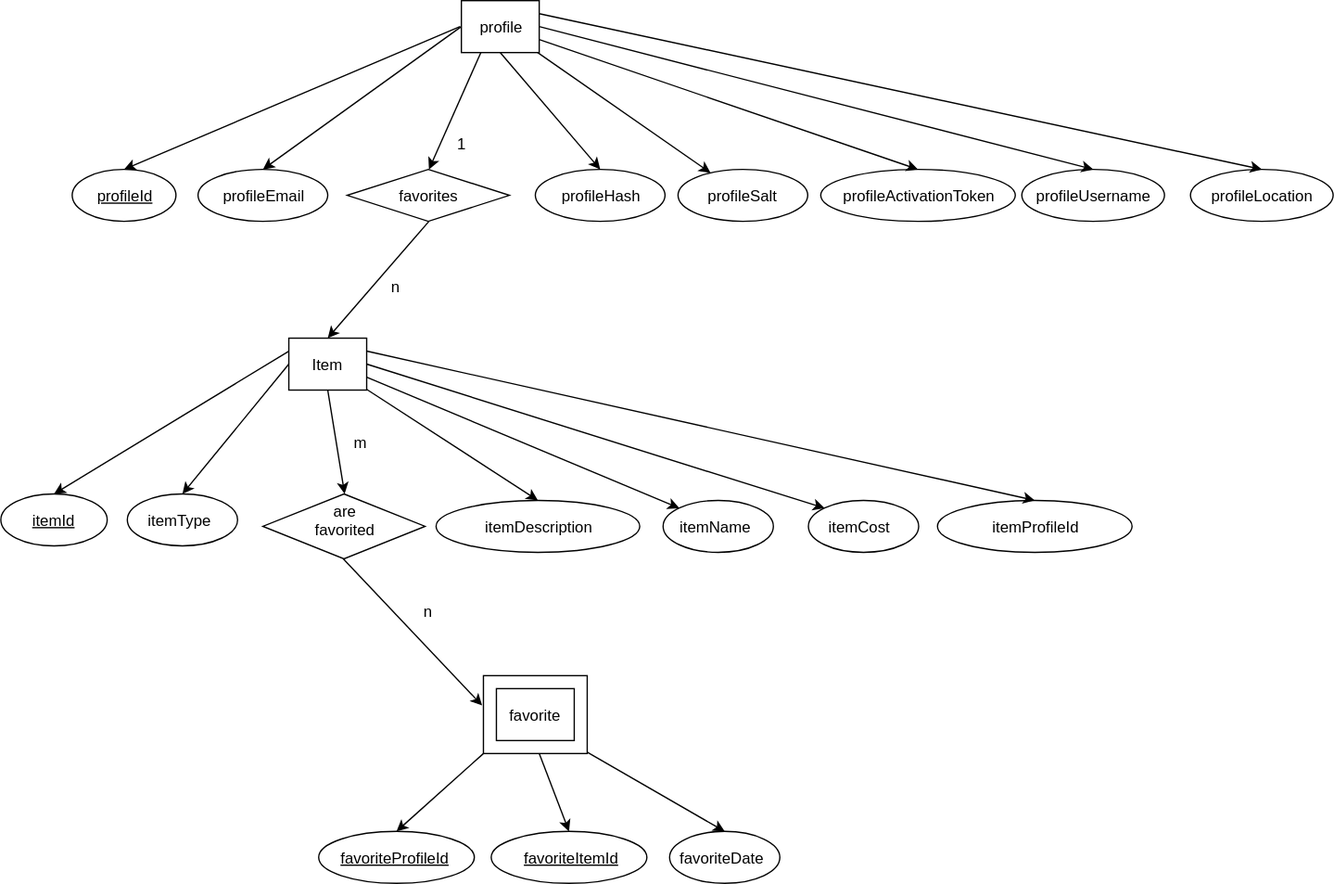
Before: epic/images/erd.svg, a diagram exported from draw.io (shihlinlu/data-design). Source tidied: cells renumbered, new cells last; positions are measured from the earlier drawing's top-left corner, leaving out a move shared by most shapes. Its diagram source:
```xml
<mxGraphModel background="#ffffff">
  <root>
    <mxCell id="0" />
    <mxCell id="1" parent="0" />
    <mxCell id="2" style="whiteSpace=wrap;html=1;" parent="1" vertex="1">
      <mxGeometry x="372" y="520" width="80" height="60" as="geometry" />
    </mxCell>
    <mxCell id="3" style="whiteSpace=wrap;html=1;" parent="1" vertex="1">
      <mxGeometry x="355" width="60" height="40" as="geometry" />
    </mxCell>
    <mxCell id="4" value="profile" style="text;html=1;strokeColor=none;fillColor=none;align=center;verticalAlign=middle;whiteSpace=wrap;" parent="1" vertex="1">
      <mxGeometry x="365" y="10" width="40" height="20" as="geometry" />
    </mxCell>
    <mxCell id="5" style="ellipse;whiteSpace=wrap;html=1;" parent="1" vertex="1">
      <mxGeometry x="55" y="130" width="80" height="40" as="geometry" />
    </mxCell>
    <mxCell id="6" value="profileId" style="text;html=1;strokeColor=none;fillColor=none;align=center;verticalAlign=middle;whiteSpace=wrap;fontStyle=4;" parent="1" vertex="1">
      <mxGeometry x="75" y="140" width="40" height="20" as="geometry" />
    </mxCell>
    <mxCell id="7" style="ellipse;whiteSpace=wrap;html=1;" parent="1" vertex="1">
      <mxGeometry x="152" y="130" width="100" height="40" as="geometry" />
    </mxCell>
    <mxCell id="8" value="profileEmail" style="text;html=1;strokeColor=none;fillColor=none;align=center;verticalAlign=middle;whiteSpace=wrap;" parent="1" vertex="1">
      <mxGeometry x="182" y="140" width="40" height="20" as="geometry" />
    </mxCell>
    <mxCell id="9" style="ellipse;whiteSpace=wrap;html=1;" parent="1" vertex="1">
      <mxGeometry x="412" y="130" width="100" height="40" as="geometry" />
    </mxCell>
    <mxCell id="10" value="profileHash" style="text;html=1;strokeColor=none;fillColor=none;align=center;verticalAlign=middle;whiteSpace=wrap;" parent="1" vertex="1">
      <mxGeometry x="442" y="140" width="40" height="20" as="geometry" />
    </mxCell>
    <mxCell id="11" style="ellipse;whiteSpace=wrap;html=1;" parent="1" vertex="1">
      <mxGeometry x="522" y="130" width="100" height="40" as="geometry" />
    </mxCell>
    <mxCell id="12" value="profileSalt" style="text;html=1;strokeColor=none;fillColor=none;align=center;verticalAlign=middle;whiteSpace=wrap;" parent="1" vertex="1">
      <mxGeometry x="552" y="140" width="40" height="20" as="geometry" />
    </mxCell>
    <mxCell id="13" style="ellipse;whiteSpace=wrap;html=1;" parent="1" vertex="1">
      <mxGeometry x="632" y="130" width="150" height="40" as="geometry" />
    </mxCell>
    <mxCell id="14" value="profileActivationToken" style="text;html=1;strokeColor=none;fillColor=none;align=center;verticalAlign=middle;whiteSpace=wrap;" parent="1" vertex="1">
      <mxGeometry x="692" y="140" width="30" height="20" as="geometry" />
    </mxCell>
    <mxCell id="15" style="rhombus;whiteSpace=wrap;html=1;" parent="1" vertex="1">
      <mxGeometry x="267" y="130" width="125" height="40" as="geometry" />
    </mxCell>
    <mxCell id="16" value="favorites" style="text;html=1;strokeColor=none;fillColor=none;align=center;verticalAlign=middle;whiteSpace=wrap;" parent="1" vertex="1">
      <mxGeometry x="310" y="140" width="40" height="20" as="geometry" />
    </mxCell>
    <mxCell id="17" style="edgeStyle=orthogonalEdgeStyle;rounded=0;html=1;exitX=0.75;exitY=1;entryX=0.75;entryY=1;jettySize=auto;orthogonalLoop=1;" parent="1" edge="1" source="16" target="16">
      <mxGeometry relative="1" as="geometry" />
    </mxCell>
    <mxCell id="18" style="ellipse;whiteSpace=wrap;html=1;" parent="1" vertex="1">
      <mxGeometry x="787" y="130" width="110" height="40" as="geometry" />
    </mxCell>
    <mxCell id="19" value="profileUsername" style="text;html=1;strokeColor=none;fillColor=none;align=center;verticalAlign=middle;whiteSpace=wrap;" parent="1" vertex="1">
      <mxGeometry x="827" y="140" width="30" height="20" as="geometry" />
    </mxCell>
    <mxCell id="20" style="endArrow=classic;html=1;entryX=0.5;entryY=0;" parent="1" edge="1" target="21">
      <mxGeometry relative="1" as="geometry">
        <mxPoint x="330" y="170" as="sourcePoint" />
      </mxGeometry>
    </mxCell>
    <mxCell id="21" style="whiteSpace=wrap;html=1;" parent="1" vertex="1">
      <mxGeometry x="222" y="260" width="60" height="40" as="geometry" />
    </mxCell>
    <mxCell id="22" value="Item" style="text;html=1;strokeColor=none;fillColor=none;align=center;verticalAlign=middle;whiteSpace=wrap;" parent="1" vertex="1">
      <mxGeometry x="232" y="270" width="40" height="20" as="geometry" />
    </mxCell>
    <mxCell id="23" style="whiteSpace=wrap;html=1;" parent="1" vertex="1">
      <mxGeometry x="382" y="530" width="60" height="40" as="geometry" />
    </mxCell>
    <mxCell id="24" value="favorite" style="text;html=1;strokeColor=none;fillColor=none;align=center;verticalAlign=middle;whiteSpace=wrap;" parent="1" vertex="1">
      <mxGeometry x="392" y="540" width="40" height="20" as="geometry" />
    </mxCell>
    <mxCell id="25" style="ellipse;whiteSpace=wrap;html=1;" parent="1" vertex="1">
      <mxGeometry x="917" y="130" width="110" height="40" as="geometry" />
    </mxCell>
    <mxCell id="26" value="profileLocation" style="text;html=1;strokeColor=none;fillColor=none;align=center;verticalAlign=middle;whiteSpace=wrap;" parent="1" vertex="1">
      <mxGeometry x="957" y="140" width="30" height="20" as="geometry" />
    </mxCell>
    <mxCell id="27" style="edgeStyle=orthogonalEdgeStyle;rounded=0;html=1;exitX=0.75;exitY=0;entryX=0.75;entryY=0;jettySize=auto;orthogonalLoop=1;" parent="1" edge="1" source="22" target="22">
      <mxGeometry relative="1" as="geometry" />
    </mxCell>
    <mxCell id="28" style="ellipse;whiteSpace=wrap;html=1;" parent="1" vertex="1">
      <mxGeometry y="380" width="82" height="40" as="geometry" />
    </mxCell>
    <mxCell id="29" value="itemId" style="text;html=1;strokeColor=none;fillColor=none;align=center;verticalAlign=middle;whiteSpace=wrap;fontStyle=4;" parent="1" vertex="1">
      <mxGeometry x="25" y="390" width="30" height="20" as="geometry" />
    </mxCell>
    <mxCell id="30" style="ellipse;whiteSpace=wrap;html=1;" parent="1" vertex="1">
      <mxGeometry x="97" y="380" width="85" height="40" as="geometry" />
    </mxCell>
    <mxCell id="31" value="itemType" style="text;html=1;strokeColor=none;fillColor=none;align=center;verticalAlign=middle;whiteSpace=wrap;" parent="1" vertex="1">
      <mxGeometry x="122" y="390" width="30" height="20" as="geometry" />
    </mxCell>
    <mxCell id="32" style="rhombus;whiteSpace=wrap;html=1;" parent="1" vertex="1">
      <mxGeometry x="202" y="380" width="125" height="50" as="geometry" />
    </mxCell>
    <mxCell id="33" value="are favorited" style="text;html=1;strokeColor=none;fillColor=none;align=center;verticalAlign=middle;whiteSpace=wrap;" parent="1" vertex="1">
      <mxGeometry x="245" y="390" width="40" height="20" as="geometry" />
    </mxCell>
    <mxCell id="34" style="ellipse;whiteSpace=wrap;html=1;" parent="1" vertex="1">
      <mxGeometry x="335" y="385" width="157" height="40" as="geometry" />
    </mxCell>
    <mxCell id="35" value="itemDescription" style="text;html=1;strokeColor=none;fillColor=none;align=center;verticalAlign=middle;whiteSpace=wrap;" parent="1" vertex="1">
      <mxGeometry x="399" y="395" width="30" height="20" as="geometry" />
    </mxCell>
    <mxCell id="36" style="ellipse;whiteSpace=wrap;html=1;" parent="1" vertex="1">
      <mxGeometry x="510" y="385" width="85" height="40" as="geometry" />
    </mxCell>
    <mxCell id="37" value="itemName" style="text;html=1;strokeColor=none;fillColor=none;align=center;verticalAlign=middle;whiteSpace=wrap;" parent="1" vertex="1">
      <mxGeometry x="535" y="395" width="30" height="20" as="geometry" />
    </mxCell>
    <mxCell id="38" style="ellipse;whiteSpace=wrap;html=1;" parent="1" vertex="1">
      <mxGeometry x="622" y="385" width="85" height="40" as="geometry" />
    </mxCell>
    <mxCell id="39" value="itemCost" style="text;html=1;strokeColor=none;fillColor=none;align=center;verticalAlign=middle;whiteSpace=wrap;" parent="1" vertex="1">
      <mxGeometry x="647" y="395" width="30" height="20" as="geometry" />
    </mxCell>
    <mxCell id="40" style="endArrow=classic;html=1;entryX=0.5;entryY=0;exitX=0.25;exitY=1;" parent="1" edge="1" source="3" target="15">
      <mxGeometry relative="1" as="geometry" />
    </mxCell>
    <mxCell id="41" style="endArrow=classic;html=1;entryX=0.5;entryY=0;exitX=0.5;exitY=1;" parent="1" edge="1" source="3" target="9">
      <mxGeometry relative="1" as="geometry" />
    </mxCell>
    <mxCell id="42" style="endArrow=classic;html=1;" parent="1" edge="1" source="3" target="11">
      <mxGeometry relative="1" as="geometry" />
    </mxCell>
    <mxCell id="43" style="endArrow=classic;html=1;entryX=0.5;entryY=0;exitX=1;exitY=0.75;" parent="1" edge="1" source="3" target="13">
      <mxGeometry relative="1" as="geometry" />
    </mxCell>
    <mxCell id="44" style="endArrow=classic;html=1;entryX=0.5;entryY=0;exitX=1;exitY=0.5;" parent="1" edge="1" source="3" target="18">
      <mxGeometry relative="1" as="geometry" />
    </mxCell>
    <mxCell id="45" style="endArrow=classic;html=1;entryX=0.5;entryY=0;exitX=1;exitY=0.25;" parent="1" edge="1" source="3" target="25">
      <mxGeometry relative="1" as="geometry" />
    </mxCell>
    <mxCell id="46" style="endArrow=classic;html=1;exitX=0;exitY=0.5;entryX=0.5;entryY=0;" parent="1" edge="1" source="3" target="7">
      <mxGeometry relative="1" as="geometry" />
    </mxCell>
    <mxCell id="47" style="endArrow=classic;html=1;entryX=0.5;entryY=0;" parent="1" edge="1" target="5">
      <mxGeometry relative="1" as="geometry">
        <mxPoint x="354" y="20" as="sourcePoint" />
      </mxGeometry>
    </mxCell>
    <mxCell id="48" style="endArrow=classic;html=1;entryX=0.5;entryY=0;" parent="1" edge="1" target="28">
      <mxGeometry relative="1" as="geometry">
        <mxPoint x="222" y="270" as="sourcePoint" />
      </mxGeometry>
    </mxCell>
    <mxCell id="49" style="endArrow=classic;html=1;entryX=0.5;entryY=0;exitX=0;exitY=0.5;" parent="1" edge="1" source="21" target="30">
      <mxGeometry relative="1" as="geometry" />
    </mxCell>
    <mxCell id="50" style="endArrow=classic;html=1;entryX=0.5;entryY=0;exitX=0.5;exitY=1;" parent="1" edge="1" source="21" target="32">
      <mxGeometry relative="1" as="geometry" />
    </mxCell>
    <mxCell id="51" style="endArrow=classic;html=1;entryX=0.5;entryY=0;" parent="1" edge="1" source="21" target="34">
      <mxGeometry relative="1" as="geometry" />
    </mxCell>
    <mxCell id="52" style="endArrow=classic;html=1;entryX=0;entryY=0;exitX=1;exitY=0.75;" parent="1" edge="1" source="21" target="36">
      <mxGeometry relative="1" as="geometry" />
    </mxCell>
    <mxCell id="53" style="endArrow=classic;html=1;entryX=0;entryY=0;exitX=1;exitY=0.5;" parent="1" edge="1" source="21" target="38">
      <mxGeometry relative="1" as="geometry" />
    </mxCell>
    <mxCell id="54" style="endArrow=classic;html=1;entryX=-0.018;entryY=0.39;entryPerimeter=0;" parent="1" edge="1" target="2">
      <mxGeometry relative="1" as="geometry">
        <mxPoint x="264" y="430" as="sourcePoint" />
      </mxGeometry>
    </mxCell>
    <mxCell id="55" style="ellipse;whiteSpace=wrap;html=1;" parent="1" vertex="1">
      <mxGeometry x="245" y="640" width="120" height="40" as="geometry" />
    </mxCell>
    <mxCell id="56" value="favoriteProfileId" style="text;html=1;strokeColor=none;fillColor=none;align=center;verticalAlign=middle;whiteSpace=wrap;fontStyle=4;" parent="1" vertex="1">
      <mxGeometry x="289" y="650" width="30" height="20" as="geometry" />
    </mxCell>
    <mxCell id="57" style="ellipse;whiteSpace=wrap;html=1;" parent="1" vertex="1">
      <mxGeometry x="378" y="640" width="120" height="40" as="geometry" />
    </mxCell>
    <mxCell id="58" value="favoriteItemId" style="text;html=1;strokeColor=none;fillColor=none;align=center;verticalAlign=middle;whiteSpace=wrap;fontStyle=4;" parent="1" vertex="1">
      <mxGeometry x="424" y="650" width="30" height="20" as="geometry" />
    </mxCell>
    <mxCell id="59" style="ellipse;whiteSpace=wrap;html=1;" parent="1" vertex="1">
      <mxGeometry x="515" y="640" width="85" height="40" as="geometry" />
    </mxCell>
    <mxCell id="60" value="favoriteDate" style="text;html=1;strokeColor=none;fillColor=none;align=center;verticalAlign=middle;whiteSpace=wrap;" parent="1" vertex="1">
      <mxGeometry x="540" y="650" width="30" height="20" as="geometry" />
    </mxCell>
    <mxCell id="61" style="endArrow=classic;html=1;entryX=0.5;entryY=0;" parent="1" edge="1" target="55">
      <mxGeometry relative="1" as="geometry">
        <mxPoint x="372" y="580" as="sourcePoint" />
      </mxGeometry>
    </mxCell>
    <mxCell id="62" style="endArrow=classic;html=1;entryX=0.5;entryY=0;" parent="1" edge="1" target="57">
      <mxGeometry relative="1" as="geometry">
        <mxPoint x="415" y="580" as="sourcePoint" />
      </mxGeometry>
    </mxCell>
    <mxCell id="63" style="endArrow=classic;html=1;entryX=0.5;entryY=0;exitX=0.996;exitY=0.987;exitPerimeter=0;" parent="1" edge="1" source="2" target="59">
      <mxGeometry relative="1" as="geometry" />
    </mxCell>
    <mxCell id="64" value="1" style="text;html=1;strokeColor=none;fillColor=none;align=center;verticalAlign=middle;whiteSpace=wrap;" parent="1" vertex="1">
      <mxGeometry x="344" y="100" width="23" height="20" as="geometry" />
    </mxCell>
    <mxCell id="65" value="n" style="text;html=1;strokeColor=none;fillColor=none;align=center;verticalAlign=middle;whiteSpace=wrap;" parent="1" vertex="1">
      <mxGeometry x="293" y="210" width="23" height="20" as="geometry" />
    </mxCell>
    <mxCell id="66" value="m" style="text;html=1;strokeColor=none;fillColor=none;align=center;verticalAlign=middle;whiteSpace=wrap;" parent="1" vertex="1">
      <mxGeometry x="265" y="330" width="23" height="20" as="geometry" />
    </mxCell>
    <mxCell id="67" value="n" style="text;html=1;strokeColor=none;fillColor=none;align=center;verticalAlign=middle;whiteSpace=wrap;" parent="1" vertex="1">
      <mxGeometry x="318" y="460" width="23" height="20" as="geometry" />
    </mxCell>
    <mxCell id="68" style="ellipse;whiteSpace=wrap;html=1;" parent="1" vertex="1">
      <mxGeometry x="722" y="385" width="150" height="40" as="geometry" />
    </mxCell>
    <mxCell id="69" value="itemProfileId" style="text;html=1;strokeColor=none;fillColor=none;align=center;verticalAlign=middle;whiteSpace=wrap;" parent="1" vertex="1">
      <mxGeometry x="782" y="395" width="30" height="20" as="geometry" />
    </mxCell>
    <mxCell id="70" style="endArrow=classic;html=1;entryX=0.5;entryY=0;exitX=1;exitY=0.25;" parent="1" edge="1" source="21" target="68">
      <mxGeometry relative="1" as="geometry" />
    </mxCell>
  </root>
</mxGraphModel>
```
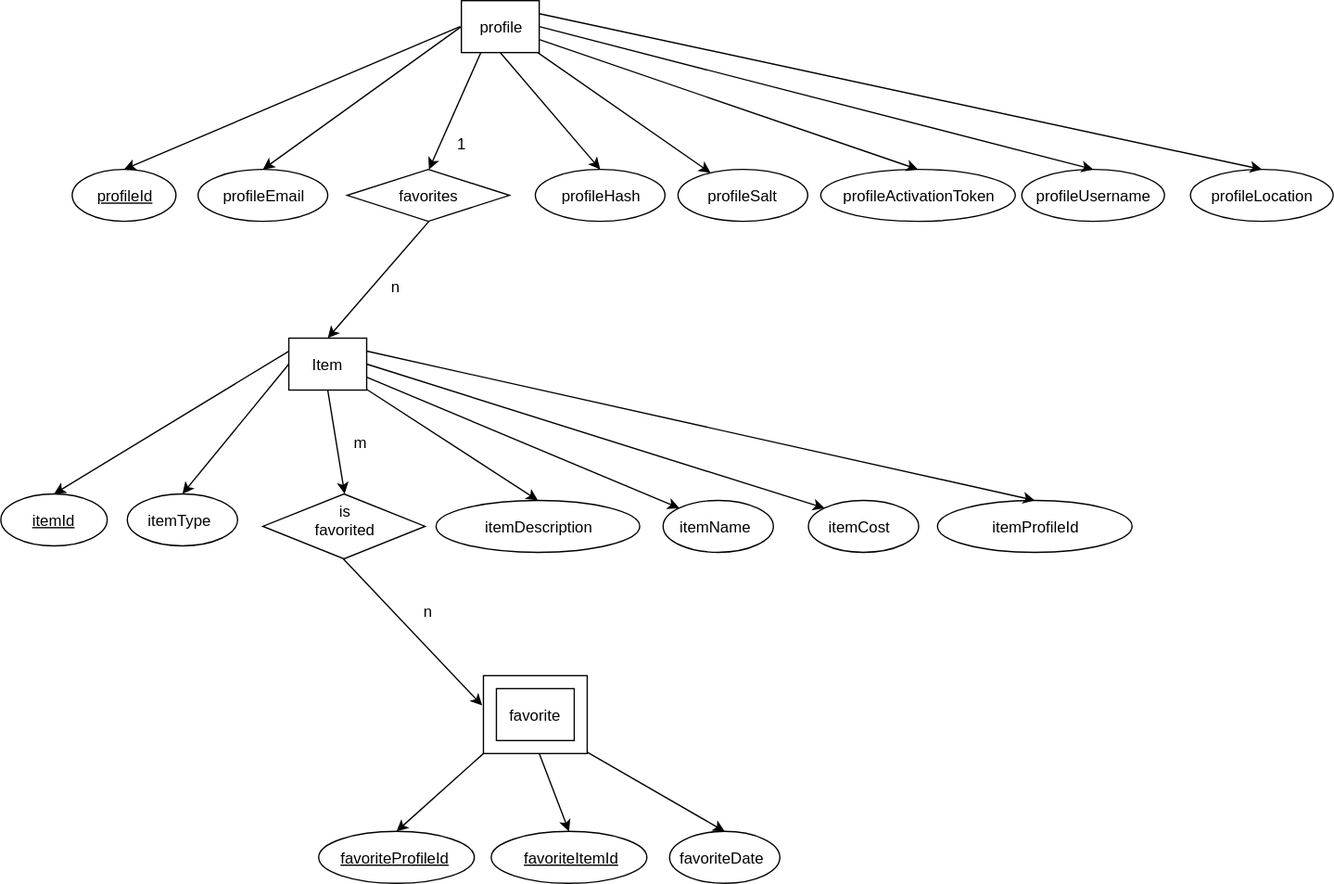
After the commit.

Diff of the diagram source:
```diff
@@ -97,7 +97,7 @@
     <mxCell id="32" style="rhombus;whiteSpace=wrap;html=1;" parent="1" vertex="1">
       <mxGeometry x="202" y="380" width="125" height="50" as="geometry" />
     </mxCell>
-    <mxCell id="33" value="are favorited" style="text;html=1;strokeColor=none;fillColor=none;align=center;verticalAlign=middle;whiteSpace=wrap;" parent="1" vertex="1">
+    <mxCell id="33" value="is favorited" style="text;html=1;strokeColor=none;fillColor=none;align=center;verticalAlign=middle;whiteSpace=wrap;" parent="1" vertex="1">
       <mxGeometry x="245" y="390" width="40" height="20" as="geometry" />
     </mxCell>
     <mxCell id="34" style="ellipse;whiteSpace=wrap;html=1;" parent="1" vertex="1">
```
